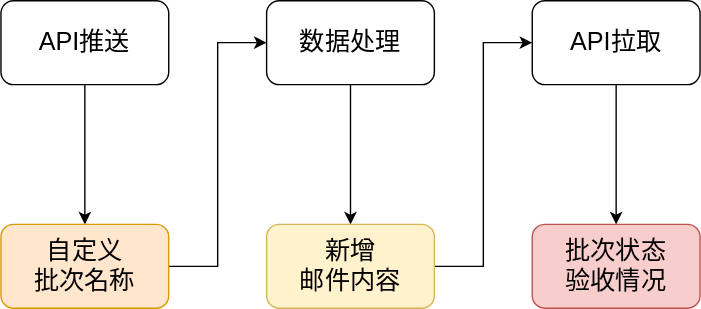
1226151667/draw keeps this draw.io diagram as Untitled Diagram.svg. Above is the earlier version. Source tidied: cells renumbered, new cells last; positions are measured from the earlier drawing's top-left corner, leaving out a move shared by most shapes.
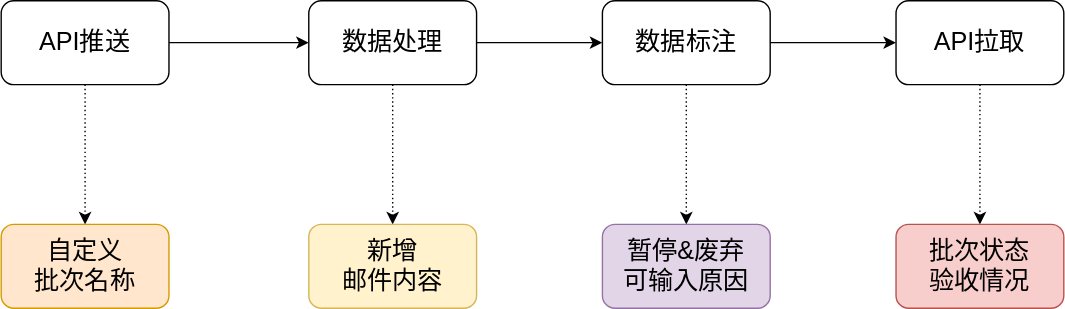
After the commit.

What changed in the source:
```diff
@@ -2,38 +2,50 @@
   <root>
     <mxCell id="0" />
     <mxCell id="1" parent="0" />
+    <mxCell id="13" style="edgeStyle=orthogonalEdgeStyle;rounded=0;jettySize=auto;html=1;exitX=1;exitY=0.5;exitDx=0;exitDy=0;entryX=0;entryY=0.5;entryDx=0;entryDy=0;" parent="1" edge="1" source="3" target="7">
+      <mxGeometry relative="1" as="geometry" />
+    </mxCell>
-    <mxCell id="2" style="edgeStyle=orthogonalEdgeStyle;rounded=0;jettySize=auto;html=1;exitX=0.5;exitY=1;exitDx=0;exitDy=0;" parent="1" edge="1" source="3" target="9">
+    <mxCell id="2" style="edgeStyle=orthogonalEdgeStyle;rounded=0;jettySize=auto;html=1;exitX=0.5;exitY=1;exitDx=0;exitDy=0;entryX=0.5;entryY=0;entryDx=0;entryDy=0;dashed=1;dashPattern=1 2;" parent="1" edge="1" source="3" target="9">
       <mxGeometry relative="1" as="geometry" />
     </mxCell>
     <mxCell id="3" value="&lt;font style=&quot;font-size: 18px&quot;&gt;API推送&lt;/font&gt;" style="rounded=1;whiteSpace=wrap;html=1;" parent="1" vertex="1">
-      <mxGeometry width="120" height="60" as="geometry" />
+      <mxGeometry x="-60" width="120" height="60" as="geometry" />
     </mxCell>
-    <mxCell id="4" style="edgeStyle=orthogonalEdgeStyle;rounded=0;jettySize=auto;html=1;exitX=0.5;exitY=1;exitDx=0;exitDy=0;entryX=0.5;entryY=0;entryDx=0;entryDy=0;" parent="1" edge="1" source="5" target="12">
+    <mxCell id="4" style="edgeStyle=orthogonalEdgeStyle;rounded=0;jettySize=auto;html=1;exitX=0.5;exitY=1;exitDx=0;exitDy=0;entryX=0.5;entryY=0;entryDx=0;entryDy=0;dashed=1;dashPattern=1 2;" parent="1" edge="1" source="5" target="12">
       <mxGeometry relative="1" as="geometry" />
     </mxCell>
     <mxCell id="5" value="&lt;font style=&quot;font-size: 18px&quot;&gt;API拉取&lt;/font&gt;" style="rounded=1;whiteSpace=wrap;html=1;" parent="1" vertex="1">
-      <mxGeometry x="380" width="120" height="60" as="geometry" />
+      <mxGeometry x="580" width="120" height="60" as="geometry" />
     </mxCell>
+    <mxCell id="14" style="edgeStyle=orthogonalEdgeStyle;rounded=0;jettySize=auto;html=1;exitX=1;exitY=0.5;exitDx=0;exitDy=0;" parent="1" edge="1" source="7" target="17">
+      <mxGeometry relative="1" as="geometry" />
+    </mxCell>
-    <mxCell id="6" style="edgeStyle=orthogonalEdgeStyle;rounded=0;jettySize=auto;html=1;exitX=0.5;exitY=1;exitDx=0;exitDy=0;" parent="1" edge="1" source="7" target="11">
+    <mxCell id="6" style="edgeStyle=orthogonalEdgeStyle;rounded=0;jettySize=auto;html=1;exitX=0.5;exitY=1;exitDx=0;exitDy=0;entryX=0.5;entryY=0;entryDx=0;entryDy=0;dashed=1;dashPattern=1 2;" parent="1" edge="1" source="7" target="11">
       <mxGeometry relative="1" as="geometry" />
     </mxCell>
-    <mxCell id="7" value="&lt;span style=&quot;font-size: 18px&quot;&gt;数据处理&lt;/span&gt;" style="rounded=1;whiteSpace=wrap;html=1;" parent="1" vertex="1">
-      <mxGeometry x="190" width="120" height="60" as="geometry" />
+    <mxCell id="7" value="&lt;span style=&quot;font-size: 18px ; font-weight: normal&quot;&gt;数据处理&lt;/span&gt;" style="rounded=1;whiteSpace=wrap;html=1;fontStyle=1;" parent="1" vertex="1">
+      <mxGeometry x="160" width="120" height="60" as="geometry" />
     </mxCell>
-    <mxCell id="8" style="edgeStyle=orthogonalEdgeStyle;rounded=0;jettySize=auto;html=1;exitX=1;exitY=0.5;exitDx=0;exitDy=0;entryX=0;entryY=0.5;entryDx=0;entryDy=0;" parent="1" edge="1" source="9" target="7">
-      <mxGeometry relative="1" as="geometry" />
-    </mxCell>
     <mxCell id="9" value="&lt;font style=&quot;font-size: 18px&quot;&gt;自定义&lt;br&gt;批次名称&lt;/font&gt;" style="rounded=1;whiteSpace=wrap;html=1;fillColor=#ffe6cc;strokeColor=#d79b00;" parent="1" vertex="1">
-      <mxGeometry y="160" width="120" height="60" as="geometry" />
+      <mxGeometry x="-60" y="160" width="120" height="60" as="geometry" />
     </mxCell>
-    <mxCell id="10" style="edgeStyle=orthogonalEdgeStyle;rounded=0;jettySize=auto;html=1;exitX=1;exitY=0.5;exitDx=0;exitDy=0;entryX=0;entryY=0.5;entryDx=0;entryDy=0;" parent="1" edge="1" source="11" target="5">
-      <mxGeometry relative="1" as="geometry" />
-    </mxCell>
-    <mxCell id="11" value="&lt;font style=&quot;font-size: 18px&quot;&gt;新增&lt;br&gt;邮件内容&lt;/font&gt;" style="rounded=1;whiteSpace=wrap;html=1;fillColor=#fff2cc;strokeColor=#d6b656;" parent="1" vertex="1">
-      <mxGeometry x="190" y="160" width="120" height="60" as="geometry" />
+    <mxCell id="11" value="&lt;font style=&quot;font-size: 18px ; font-weight: normal&quot;&gt;新增&lt;br&gt;邮件内容&lt;/font&gt;" style="rounded=1;whiteSpace=wrap;html=1;fillColor=#fff2cc;strokeColor=#d6b656;fontStyle=1;" parent="1" vertex="1">
+      <mxGeometry x="160" y="160" width="120" height="60" as="geometry" />
     </mxCell>
     <mxCell id="12" value="&lt;font style=&quot;font-size: 18px&quot;&gt;批次状态&lt;br&gt;验收情况&lt;/font&gt;" style="rounded=1;whiteSpace=wrap;html=1;fillColor=#f8cecc;strokeColor=#b85450;" parent="1" vertex="1">
-      <mxGeometry x="380" y="160" width="120" height="60" as="geometry" />
+      <mxGeometry x="580" y="160" width="120" height="60" as="geometry" />
     </mxCell>
+    <mxCell id="15" style="edgeStyle=orthogonalEdgeStyle;rounded=0;jettySize=auto;html=1;exitX=0.5;exitY=1;exitDx=0;exitDy=0;dashed=1;dashPattern=1 2;" parent="1" edge="1" source="17" target="18">
+      <mxGeometry relative="1" as="geometry" />
+    </mxCell>
+    <mxCell id="16" style="edgeStyle=orthogonalEdgeStyle;rounded=0;jettySize=auto;html=1;exitX=1;exitY=0.5;exitDx=0;exitDy=0;" parent="1" edge="1" source="17" target="5">
+      <mxGeometry relative="1" as="geometry" />
+    </mxCell>
+    <mxCell id="17" value="&lt;span style=&quot;font-size: 18px&quot;&gt;数据标注&lt;/span&gt;" style="rounded=1;whiteSpace=wrap;html=1;" parent="1" vertex="1">
+      <mxGeometry x="370" width="120" height="60" as="geometry" />
+    </mxCell>
+    <mxCell id="18" value="&lt;span style=&quot;font-size: 18px&quot;&gt;暂停&amp;amp;废弃&lt;br&gt;可输入原因&lt;/span&gt;" style="rounded=1;whiteSpace=wrap;html=1;fillColor=#e1d5e7;strokeColor=#9673a6;" parent="1" vertex="1">
+      <mxGeometry x="370" y="160" width="120" height="60" as="geometry" />
+    </mxCell>
   </root>
 </mxGraphModel>
```
